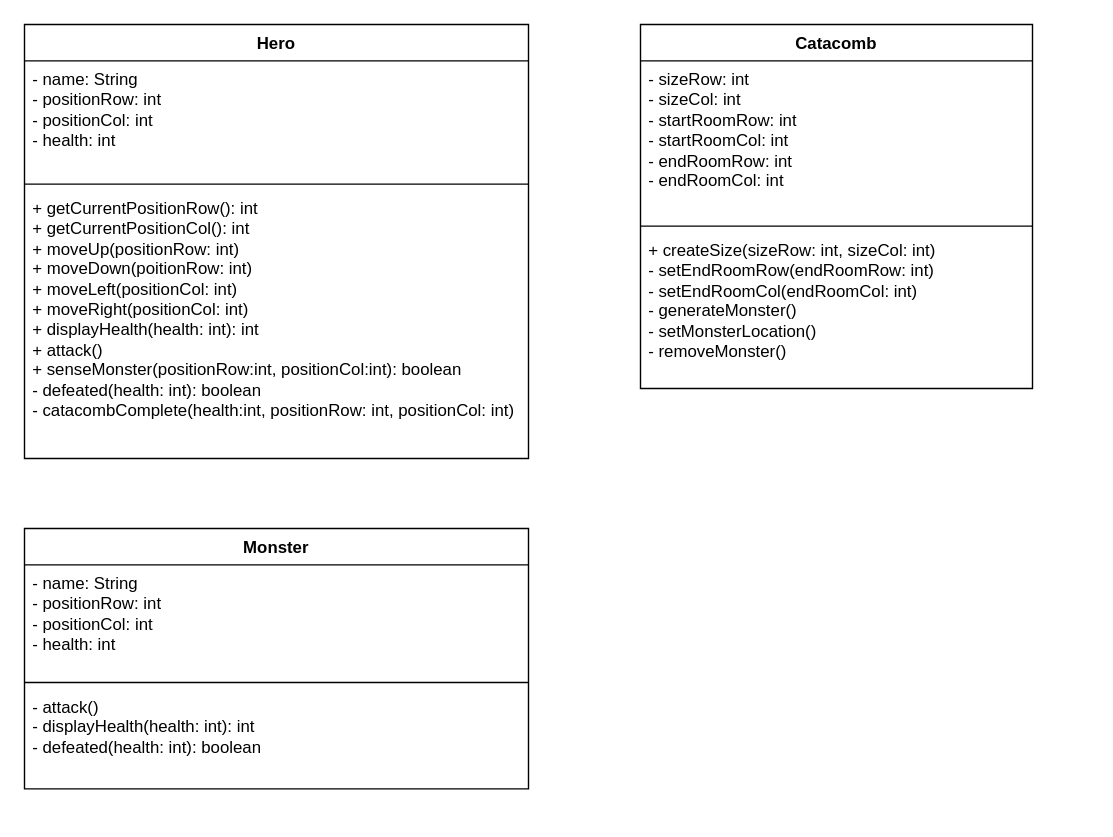
alec-porter/CS1180 keeps this draw.io diagram as page "Page-2" (2 of 2) of lab10/lab10.drawio. Above is the earlier version. Source tidied: cells renumbered, new cells numbered last; positions are measured from the earlier drawing's top-left corner, leaving out a move shared by most shapes. Both pictures are drawn from the tidied source at 140%, with x=0, y=0 at pixel (24, 24).
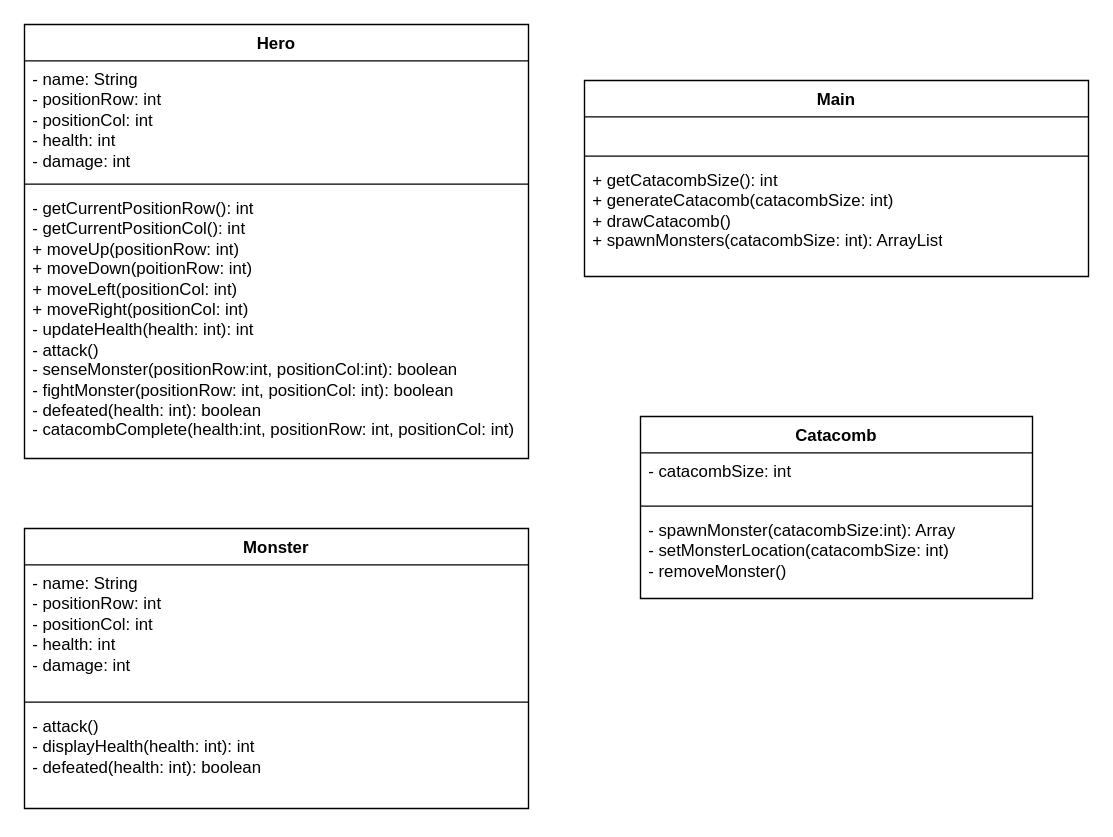
Above is the later version.

What changed in the source:
```diff
@@
 <mxGraphModel>
   <root>
     <mxCell id="0" />
     <mxCell id="1" parent="0" />
     <mxCell id="2" value="Hero" style="swimlane;fontStyle=1;align=center;verticalAlign=top;horizontal=1;startSize=26;whiteSpace=wrap;html=1;" parent="1" vertex="1">
       <mxGeometry width="360" height="310" as="geometry" />
     </mxCell>
-    <mxCell id="3" value="&lt;div&gt;- name: String&lt;/div&gt;&lt;div&gt;- positionRow: int&lt;/div&gt;&lt;div&gt;- positionCol: int&lt;/div&gt;&lt;div&gt;- health: int&lt;/div&gt;" style="text;strokeColor=none;fillColor=none;align=left;verticalAlign=top;spacingLeft=4;spacingRight=4;overflow=hidden;whiteSpace=wrap;html=1;" parent="2" vertex="1">
+    <mxCell id="3" value="&lt;div&gt;- name: String&lt;/div&gt;&lt;div&gt;- positionRow: int&lt;/div&gt;&lt;div&gt;- positionCol: int&lt;/div&gt;&lt;div&gt;- health: int&lt;/div&gt;&lt;div&gt;- damage: int&lt;/div&gt;" style="text;strokeColor=none;fillColor=none;align=left;verticalAlign=top;spacingLeft=4;spacingRight=4;overflow=hidden;whiteSpace=wrap;html=1;" parent="2" vertex="1">
       <mxGeometry y="26" width="360" height="84" as="geometry" />
     </mxCell>
     <mxCell id="4" style="line;strokeWidth=1;fillColor=none;align=left;verticalAlign=middle;spacingTop=-1;spacingLeft=3;spacingRight=3;labelPosition=right;strokeColor=inherit;" parent="2" vertex="1">
       <mxGeometry y="110" width="360" height="8" as="geometry" />
     </mxCell>
-    <mxCell id="5" value="+ getCurrentPositionRow(): int&lt;div&gt;+ getCurrentPositionCol(): int&lt;br&gt;&lt;div&gt;+ moveUp(positionRow: int)&lt;/div&gt;&lt;/div&gt;&lt;div&gt;+ moveDown(poitionRow: int)&lt;/div&gt;&lt;div&gt;+ moveLeft(positionCol: int)&lt;/div&gt;&lt;div&gt;+ moveRight(positionCol: int)&lt;/div&gt;&lt;div&gt;+ displayHealth(health: int): int&lt;/div&gt;&lt;div&gt;+ attack()&lt;/div&gt;&lt;div&gt;+ senseMonster(positionRow:int, positionCol:int): boolean&lt;/div&gt;&lt;div&gt;- defeated(health: int): boolean&lt;/div&gt;&lt;div&gt;- catacombComplete(health:int, positionRow: int, positionCol: int)&lt;/div&gt;" style="text;strokeColor=none;fillColor=none;align=left;verticalAlign=top;spacingLeft=4;spacingRight=4;overflow=hidden;whiteSpace=wrap;html=1;" parent="2" vertex="1">
+    <mxCell id="5" value="- getCurrentPositionRow(): int&lt;div&gt;- getCurrentPositionCol(): int&lt;br&gt;&lt;div&gt;+ moveUp(positionRow: int)&lt;/div&gt;&lt;/div&gt;&lt;div&gt;+ moveDown(poitionRow: int)&lt;/div&gt;&lt;div&gt;+ moveLeft(positionCol: int)&lt;/div&gt;&lt;div&gt;+ moveRight(positionCol: int)&lt;/div&gt;&lt;div&gt;- updateHealth(health: int): int&lt;/div&gt;&lt;div&gt;- attack()&lt;/div&gt;&lt;div&gt;- senseMonster(positionRow:int, positionCol:int): boolean&lt;/div&gt;&lt;div&gt;- fightMonster(positionRow: int, positionCol: int): boolean&lt;/div&gt;&lt;div&gt;- defeated(health: int): boolean&lt;/div&gt;&lt;div&gt;- catacombComplete(health:int, positionRow: int, positionCol: int)&lt;/div&gt;" style="text;strokeColor=none;fillColor=none;align=left;verticalAlign=top;spacingLeft=4;spacingRight=4;overflow=hidden;whiteSpace=wrap;html=1;" parent="2" vertex="1">
       <mxGeometry y="118" width="360" height="192" as="geometry" />
     </mxCell>
     <mxCell id="6" value="Monster" style="swimlane;fontStyle=1;align=center;verticalAlign=top;horizontal=1;startSize=26;whiteSpace=wrap;html=1;" parent="1" vertex="1">
-      <mxGeometry y="360" width="360" height="186" as="geometry" />
+      <mxGeometry y="360" width="360" height="200" as="geometry" />
     </mxCell>
-    <mxCell id="7" value="- name: String&lt;div&gt;- positionRow: int&lt;/div&gt;&lt;div&gt;- positionCol: int&lt;/div&gt;&lt;div&gt;- health: int&lt;/div&gt;" style="text;strokeColor=none;fillColor=none;align=left;verticalAlign=top;spacingLeft=4;spacingRight=4;overflow=hidden;whiteSpace=wrap;html=1;" parent="6" vertex="1">
-      <mxGeometry y="26" width="360" height="80" as="geometry" />
+    <mxCell id="7" value="- name: String&lt;div&gt;- positionRow: int&lt;/div&gt;&lt;div&gt;- positionCol: int&lt;/div&gt;&lt;div&gt;- health: int&lt;/div&gt;&lt;div&gt;- damage: int&lt;/div&gt;" style="text;strokeColor=none;fillColor=none;align=left;verticalAlign=top;spacingLeft=4;spacingRight=4;overflow=hidden;whiteSpace=wrap;html=1;" parent="6" vertex="1">
+      <mxGeometry y="26" width="360" height="94" as="geometry" />
     </mxCell>
     <mxCell id="8" style="line;strokeWidth=1;fillColor=none;align=left;verticalAlign=middle;spacingTop=-1;spacingLeft=3;spacingRight=3;labelPosition=right;strokeColor=inherit;" parent="6" vertex="1">
-      <mxGeometry y="106" width="360" height="8" as="geometry" />
+      <mxGeometry y="120" width="360" height="8" as="geometry" />
     </mxCell>
     <mxCell id="9" value="- attack()&lt;div&gt;- displayHealth(health: int): int&lt;/div&gt;&lt;div&gt;- defeated(health: int): boolean&lt;/div&gt;" style="text;strokeColor=none;fillColor=none;align=left;verticalAlign=top;spacingLeft=4;spacingRight=4;overflow=hidden;whiteSpace=wrap;html=1;" parent="6" vertex="1">
-      <mxGeometry y="114" width="360" height="72" as="geometry" />
+      <mxGeometry y="128" width="360" height="72" as="geometry" />
     </mxCell>
     <mxCell id="10" value="Catacomb" style="swimlane;fontStyle=1;align=center;verticalAlign=top;horizontal=1;startSize=26;whiteSpace=wrap;html=1;" parent="1" vertex="1">
-      <mxGeometry x="440" width="280" height="260" as="geometry" />
+      <mxGeometry x="440" y="280" width="280" height="130" as="geometry" />
     </mxCell>
-    <mxCell id="11" value="- sizeRow: int&lt;div&gt;- sizeCol: int&lt;/div&gt;&lt;div&gt;- startRoomRow: int&lt;/div&gt;&lt;div&gt;- startRoomCol: int&lt;/div&gt;&lt;div&gt;- endRoomRow: int&lt;/div&gt;&lt;div&gt;- endRoomCol: int&lt;/div&gt;" style="text;strokeColor=none;fillColor=none;align=left;verticalAlign=top;spacingLeft=4;spacingRight=4;overflow=hidden;whiteSpace=wrap;html=1;" parent="10" vertex="1">
-      <mxGeometry y="26" width="280" height="114" as="geometry" />
+    <mxCell id="11" value="- catacombSize: int" style="text;strokeColor=none;fillColor=none;align=left;verticalAlign=top;spacingLeft=4;spacingRight=4;overflow=hidden;whiteSpace=wrap;html=1;" parent="10" vertex="1">
+      <mxGeometry y="26" width="280" height="34" as="geometry" />
     </mxCell>
     <mxCell id="12" style="line;strokeWidth=1;fillColor=none;align=left;verticalAlign=middle;spacingTop=-1;spacingLeft=3;spacingRight=3;labelPosition=right;strokeColor=inherit;" parent="10" vertex="1">
-      <mxGeometry y="140" width="280" height="8" as="geometry" />
+      <mxGeometry y="60" width="280" height="8" as="geometry" />
     </mxCell>
-    <mxCell id="13" value="+ createSize(sizeRow: int, sizeCol: int)&lt;div&gt;- setEndRoomRow(endRoomRow: int)&lt;/div&gt;&lt;div&gt;- setEndRoomCol(endRoomCol: int)&lt;br&gt;&lt;div&gt;- generateMonster()&lt;/div&gt;&lt;div&gt;- setMonsterLocation()&lt;/div&gt;&lt;/div&gt;&lt;div&gt;- removeMonster()&lt;/div&gt;" style="text;strokeColor=none;fillColor=none;align=left;verticalAlign=top;spacingLeft=4;spacingRight=4;overflow=hidden;whiteSpace=wrap;html=1;" parent="10" vertex="1">
-      <mxGeometry y="148" width="280" height="112" as="geometry" />
+    <mxCell id="13" value="&lt;div&gt;&lt;div&gt;- spawnMonster(catacombSize:int): Array&lt;/div&gt;&lt;div&gt;- setMonsterLocation(catacombSize: int)&lt;/div&gt;&lt;/div&gt;&lt;div&gt;- removeMonster()&lt;/div&gt;" style="text;strokeColor=none;fillColor=none;align=left;verticalAlign=top;spacingLeft=4;spacingRight=4;overflow=hidden;whiteSpace=wrap;html=1;" parent="10" vertex="1">
+      <mxGeometry y="68" width="280" height="62" as="geometry" />
     </mxCell>
+    <mxCell id="14" value="Main" style="swimlane;fontStyle=1;align=center;verticalAlign=top;horizontal=1;startSize=26;whiteSpace=wrap;html=1;" parent="1" vertex="1">
+      <mxGeometry x="400" y="40" width="360" height="140" as="geometry" />
+    </mxCell>
+    <mxCell id="15" value="&amp;nbsp;" style="text;strokeColor=none;fillColor=none;align=left;verticalAlign=top;spacingLeft=4;spacingRight=4;overflow=hidden;whiteSpace=wrap;html=1;" parent="14" vertex="1">
+      <mxGeometry y="26" width="360" height="24" as="geometry" />
+    </mxCell>
+    <mxCell id="16" style="line;strokeWidth=1;fillColor=none;align=left;verticalAlign=middle;spacingTop=-1;spacingLeft=3;spacingRight=3;labelPosition=right;strokeColor=inherit;" parent="14" vertex="1">
+      <mxGeometry y="50" width="360" height="8" as="geometry" />
+    </mxCell>
+    <mxCell id="17" value="+ getCatacombSize(): int&lt;div&gt;+ generateCatacomb(catacombSize: int)&lt;div&gt;+ drawCatacomb()&lt;/div&gt;&lt;div&gt;+ spawnMonsters(catacombSize: int): ArrayList&lt;/div&gt;&lt;/div&gt;" style="text;strokeColor=none;fillColor=none;align=left;verticalAlign=top;spacingLeft=4;spacingRight=4;overflow=hidden;whiteSpace=wrap;html=1;" parent="14" vertex="1">
+      <mxGeometry y="58" width="360" height="82" as="geometry" />
+    </mxCell>
   </root>
 </mxGraphModel>
```
